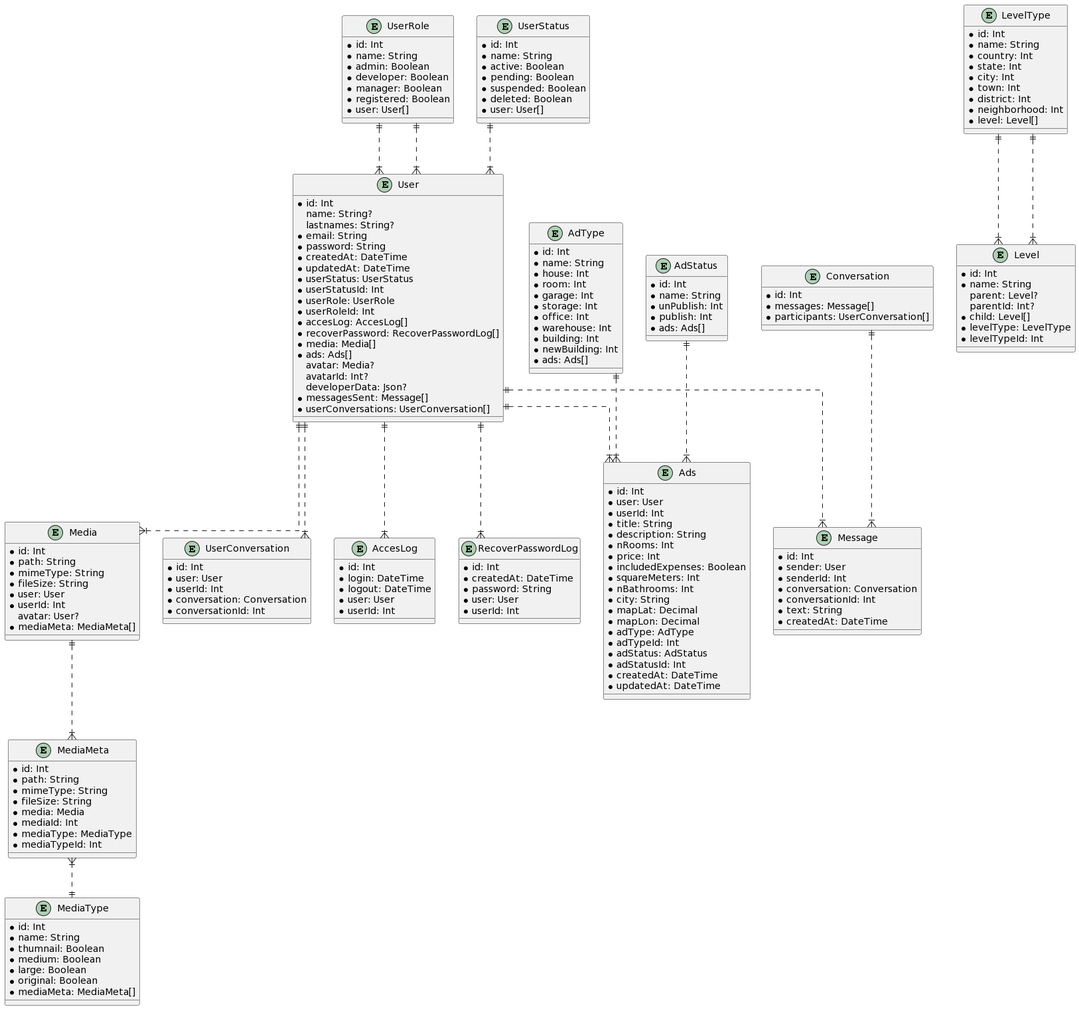
The PlantUML diagram backend/db/schema-db.png in IT-Academy-BCN/ita-directory, before a commit. The source it was exported from:
```plantuml
@startuml
skinparam linetype ortho

entity UserRole {
  * id: Int
  * name: String
  * admin: Boolean
  * developer: Boolean
  * manager: Boolean
  * registered: Boolean
  * user: User[]
}

entity UserStatus {
  * id: Int
  * name: String
  * active: Boolean
  * pending: Boolean
  * suspended: Boolean
  * deleted: Boolean
  * user: User[]
}

entity User {
  * id: Int
  name: String?
  lastnames: String?
  * email: String
  * password: String
  * createdAt: DateTime
  * updatedAt: DateTime
  * userStatus: UserStatus
  * userStatusId: Int
  * userRole: UserRole
  * userRoleId: Int
  * accesLog: AccesLog[]
  * recoverPassword: RecoverPasswordLog[]
  * media: Media[]
  * ads: Ads[]
  avatar: Media?
  avatarId: Int?
  developerData: Json?
  * messagesSent: Message[]
  * userConversations: UserConversation[]
}

entity AccesLog {
  * id: Int
  * login: DateTime
  * logout: DateTime
  * user: User
  * userId: Int
}

entity RecoverPasswordLog {
  * id: Int
  * createdAt: DateTime
  * password: String
  * user: User
  * userId: Int
}

entity Media {
  * id: Int
  * path: String
  * mimeType: String
  * fileSize: String
  * user: User
  * userId: Int
  avatar: User?
  * mediaMeta: MediaMeta[]
}

entity MediaMeta {
  * id: Int
  * path: String
  * mimeType: String
  * fileSize: String
  * media: Media
  * mediaId: Int
  * mediaType: MediaType
  * mediaTypeId: Int
}

entity MediaType {
  * id: Int
  * name: String
  * thumnail: Boolean
  * medium: Boolean
  * large: Boolean
  * original: Boolean
  * mediaMeta: MediaMeta[]
}

entity LevelType {
  * id: Int
  * name: String
  * country: Int
  * state: Int
  * city: Int
  * town: Int
  * district: Int
  * neighborhood: Int
  * level: Level[]
}

entity Level {
  * id: Int
  * name: String
  parent: Level?
  parentId: Int?
  * child: Level[]
  * levelType: LevelType
  * levelTypeId: Int
}

entity AdType {
  * id: Int
  * name: String
  * house: Int
  * room: Int
  * garage: Int
  * storage: Int
  * office: Int
  * warehouse: Int
  * building: Int
  * newBuilding: Int
  * ads: Ads[]
}

entity AdStatus {
  * id: Int
  * name: String
  * unPublish: Int
  * publish: Int
  * ads: Ads[]
}

entity Ads {
  * id: Int
  * user: User
  * userId: Int
  * title: String
  * description: String
  * nRooms: Int
  * price: Int
  * includedExpenses: Boolean
  * squareMeters: Int
  * nBathrooms: Int
  * city: String
  * mapLat: Decimal
  * mapLon: Decimal
  * adType: AdType
  * adTypeId: Int
  * adStatus: AdStatus
  * adStatusId: Int
  * createdAt: DateTime
  * updatedAt: DateTime
}

entity Conversation {
  * id: Int
  * messages: Message[]
  * participants: UserConversation[]
}

entity UserConversation {
  * id: Int
  * user: User
  * userId: Int
  * conversation: Conversation
  * conversationId: Int
}

entity Message {
  * id: Int
  * sender: User
  * senderId: Int
  * conversation: Conversation
  * conversationId: Int
  * text: String
  * createdAt: DateTime
}

UserRole ||..|{ User
UserStatus ||..|{ User
UserRole ||..|{ User
User ||..|{ AccesLog
User ||..|{ RecoverPasswordLog
User ||..|{ Media
Media ||..|{ MediaMeta
MediaMeta }|..|| MediaType
LevelType ||..|{ Level
LevelType ||..|{ Level
AdType ||..|{ Ads
AdStatus ||..|{ Ads
User ||..|{ Ads
Conversation ||..|{ Message
User ||..|{ UserConversation
User ||..|{ Message
@enduml
```
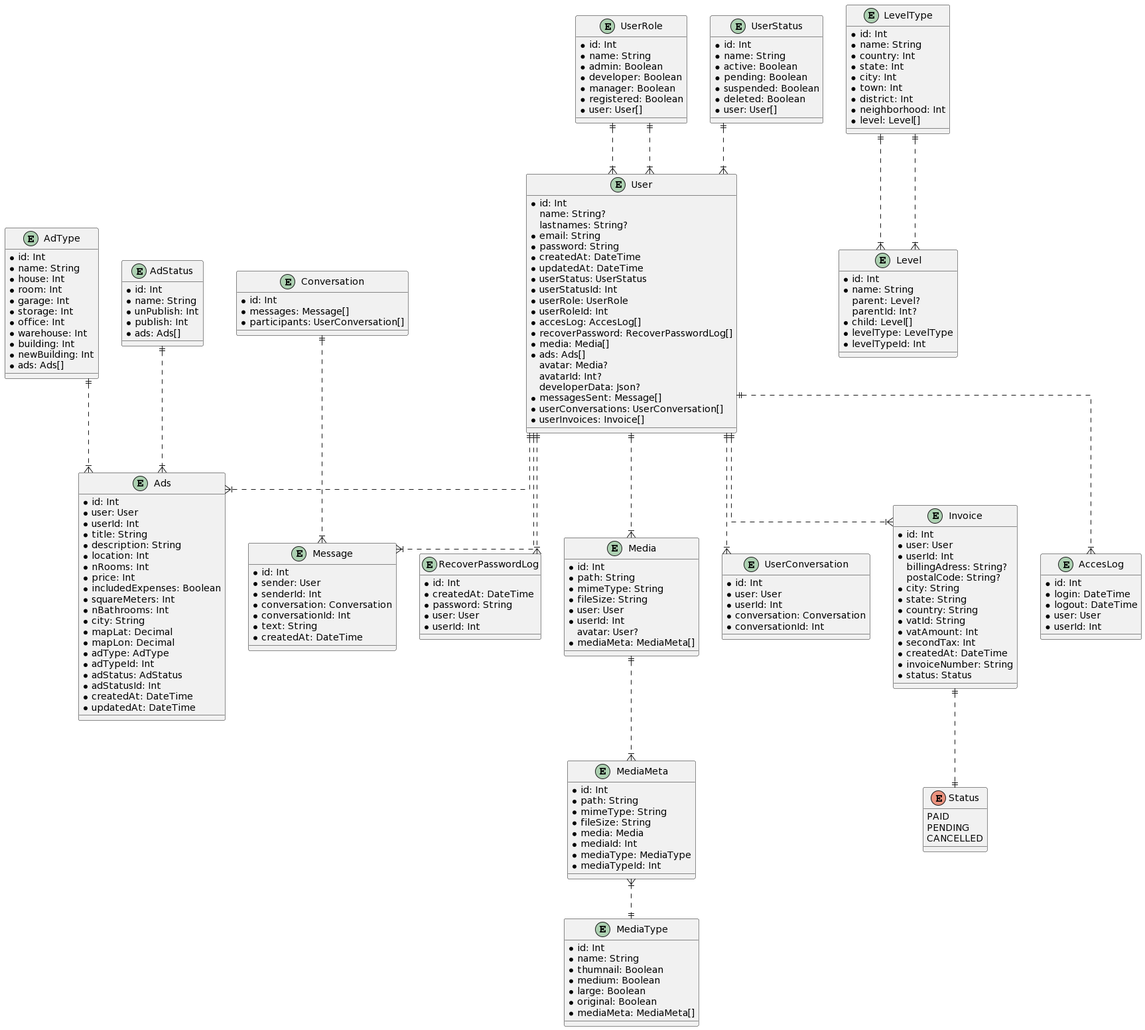
The same file after the commit.

Commit message:
Fixed invoice prisma schema

The edit, as a diff of the source:
```diff
@@ -1,5 +1,11 @@
 @startuml
 skinparam linetype ortho
+
+enum Status {
+  PAID
+  PENDING
+  CANCELLED
+}
 
 entity UserRole {
   * id: Int
@@ -42,6 +48,7 @@
   developerData: Json?
   * messagesSent: Message[]
   * userConversations: UserConversation[]
+  * userInvoices: Invoice[]
 }
 
 entity AccesLog {
@@ -142,6 +149,7 @@
   * userId: Int
   * title: String
   * description: String
+  * location: Int
   * nRooms: Int
   * price: Int
   * includedExpenses: Boolean
@@ -182,6 +190,23 @@
   * createdAt: DateTime
 }
 
+entity Invoice {
+  * id: Int
+  * user: User
+  * userId: Int
+  billingAdress: String?
+  postalCode: String?
+  * city: String
+  * state: String
+  * country: String
+  * vatId: String
+  * vatAmount: Int
+  * secondTax: Int
+  * createdAt: DateTime
+  * invoiceNumber: String
+  * status: Status
+}
+
 UserRole ||..|{ User
 UserStatus ||..|{ User
 UserRole ||..|{ User
@@ -198,4 +223,6 @@
 Conversation ||..|{ Message
 User ||..|{ UserConversation
 User ||..|{ Message
+User ||..|{ Invoice
+Invoice ||..|| Status
 @enduml
```
